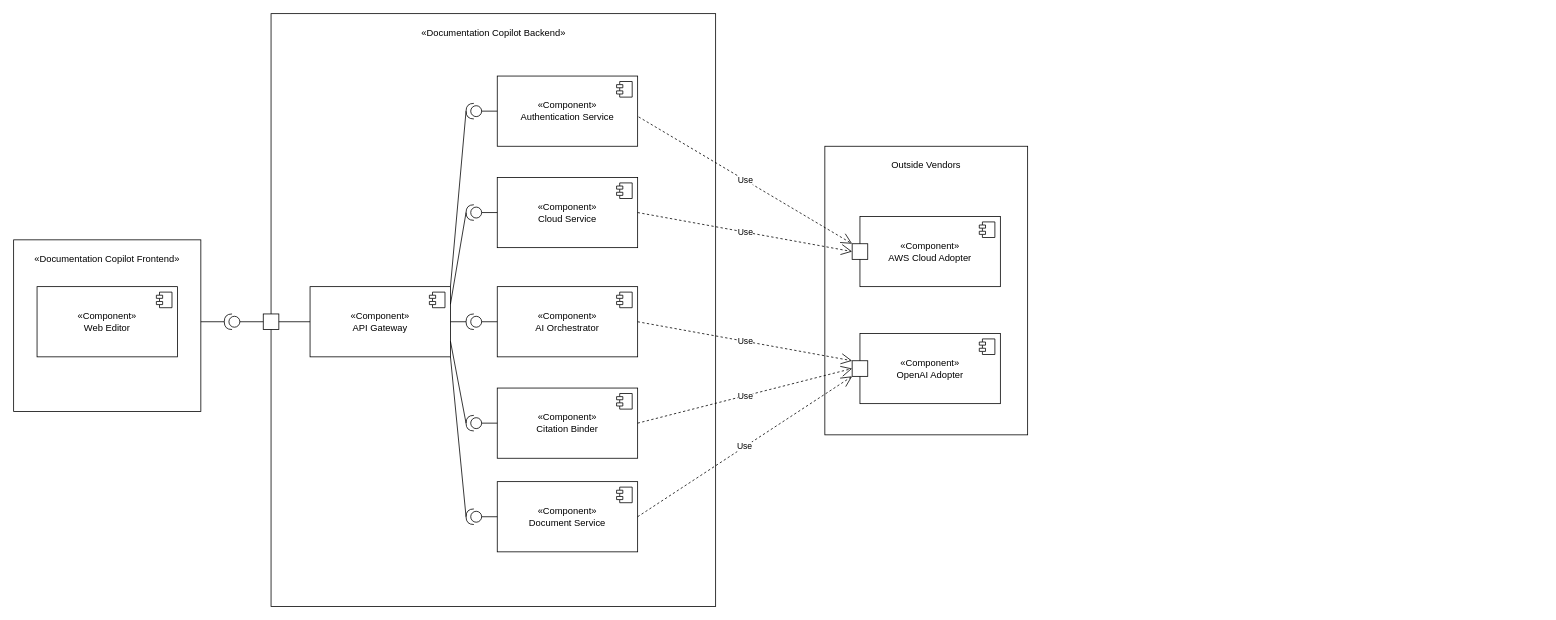
Above: UMLs/DC_LogicalView_ComponentUML.drawio in AndyC00/Diagrams (draw.io), before the change. Source tidied: cells renumbered, new cells numbered last; positions are measured from the earlier drawing's top-left corner, leaving out a move shared by most shapes. Both pictures are drawn from the tidied source at 78%, with x=0, y=0 at pixel (13, 13).
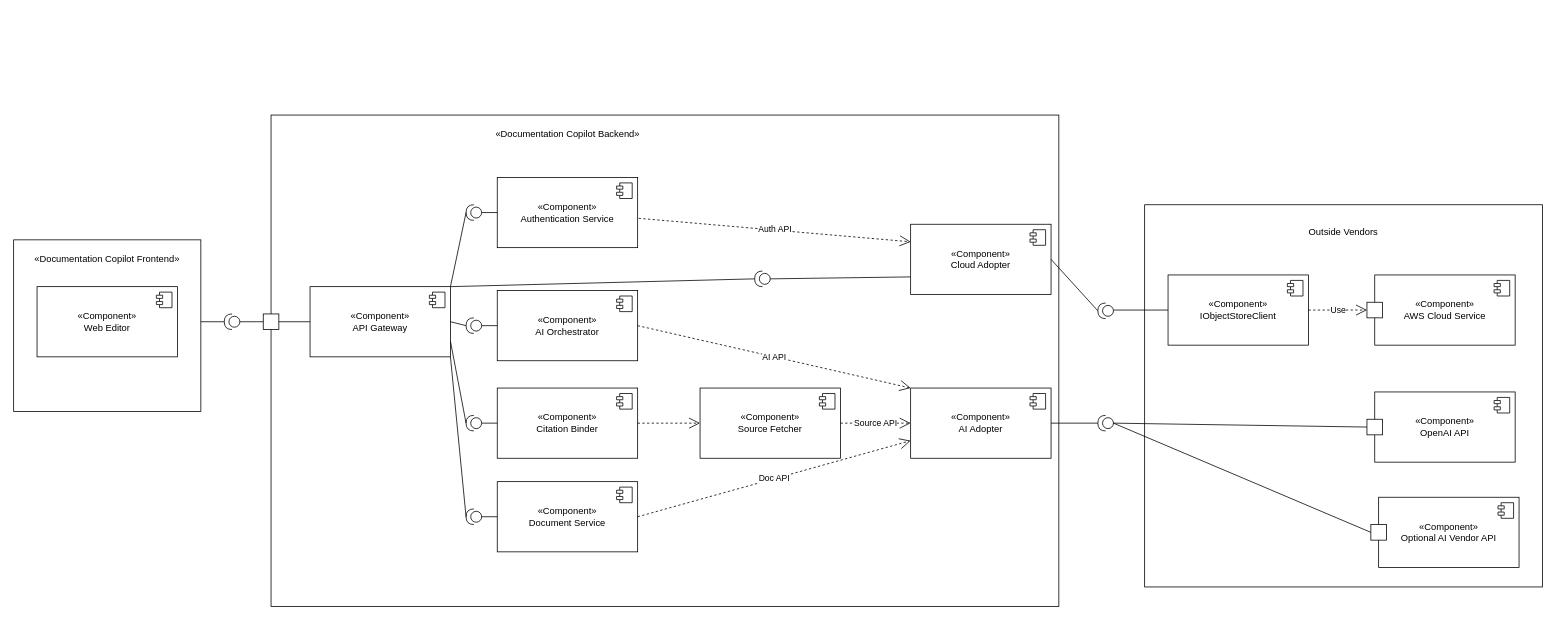
The same diagram, later.

Unchanged cells that the change refers to:
```xml
<mxCell id="6" value="«Component»&lt;br&gt;Document Service" style="html=1;whiteSpace=wrap;" parent="1" vertex="1">
  <mxGeometry x="620" y="600" width="180" height="90" as="geometry" />
</mxCell>
<mxCell id="14" value="«Component»&lt;br&gt;Citation Binder" style="html=1;whiteSpace=wrap;" parent="1" vertex="1">
  <mxGeometry x="620" y="480" width="180" height="90" as="geometry" />
</mxCell>
<mxCell id="16" value="«Component»&lt;br&gt;API Gateway" style="html=1;whiteSpace=wrap;" parent="1" vertex="1">
  <mxGeometry x="380" y="350" width="180" height="90" as="geometry" />
</mxCell>
<mxCell id="25" style="group;" parent="22" vertex="1">
  <mxGeometry x="35" y="240" width="190" height="90" as="geometry" />
</mxCell>
<mxCell id="28" style="whiteSpace=wrap;html=1;" parent="25" vertex="1">
  <mxGeometry y="35" width="20" height="20" as="geometry" />
</mxCell>
<mxCell id="29" style="group;" parent="22" vertex="1">
  <mxGeometry x="35" y="90" width="190" height="90" as="geometry" />
</mxCell>
<mxCell id="32" style="whiteSpace=wrap;html=1;" parent="29" vertex="1">
  <mxGeometry y="35" width="20" height="20" as="geometry" />
</mxCell>
```

Change to the diagram source:
```diff
@@
     <mxCell id="3" style="rounded=0;whiteSpace=wrap;html=1;" parent="1" vertex="1">
-      <mxGeometry x="330" width="570" height="760" as="geometry" />
+      <mxGeometry x="330" y="130" width="1010" height="630" as="geometry" />
     </mxCell>
     <mxCell id="4" value="«Component»&lt;br&gt;Authentication&lt;span style=&quot;background-color: transparent; color: light-dark(rgb(0, 0, 0), rgb(255, 255, 255));&quot;&gt;&amp;nbsp;Service&lt;/span&gt;" style="html=1;whiteSpace=wrap;" parent="1" vertex="1">
-      <mxGeometry x="620" y="80" width="180" height="90" as="geometry" />
+      <mxGeometry x="620" y="210" width="180" height="90" as="geometry" />
     </mxCell>
@@
-    <mxCell id="10" value="«Component»&lt;br&gt;Cloud Service" style="html=1;whiteSpace=wrap;" parent="1" vertex="1">
-      <mxGeometry x="620" y="210" width="180" height="90" as="geometry" />
-    </mxCell>
-    <mxCell id="11" style="shape=module;jettyWidth=8;jettyHeight=4;" parent="10" vertex="1">
-      <mxGeometry x="1" width="20" height="20" relative="1" as="geometry">
-        <mxPoint x="-27" y="7" as="offset" />
-      </mxGeometry>
-    </mxCell>
     <mxCell id="12" value="«Component»&lt;br&gt;AI Orchestrator" style="html=1;whiteSpace=wrap;" parent="1" vertex="1">
-      <mxGeometry x="620" y="350" width="180" height="90" as="geometry" />
+      <mxGeometry x="620" y="355" width="180" height="90" as="geometry" />
     </mxCell>
@@
     <mxCell id="19" value="«Documentation Copilot Backend»" style="text;html=1;align=center;verticalAlign=middle;whiteSpace=wrap;rounded=0;" parent="1" vertex="1">
-      <mxGeometry x="517.5" y="10" width="195" height="30" as="geometry" />
+      <mxGeometry x="612.5" y="140" width="195" height="30" as="geometry" />
     </mxCell>
@@
     <mxCell id="22" style="group;" parent="1" vertex="1">
-      <mxGeometry x="1040" y="170" width="260" height="370" as="geometry" />
+      <mxGeometry x="1700" y="245" width="260" height="490" as="geometry" />
     </mxCell>
     <mxCell id="23" style="rounded=0;whiteSpace=wrap;html=1;" parent="22" vertex="1">
-      <mxGeometry width="260" height="370" as="geometry" />
+      <mxGeometry x="-250" width="510" height="490" as="geometry" />
     </mxCell>
     <mxCell id="24" value="Outside Vendors" style="text;html=1;align=center;verticalAlign=middle;whiteSpace=wrap;rounded=0;" parent="22" vertex="1">
-      <mxGeometry x="80" y="10" width="100" height="30" as="geometry" />
+      <mxGeometry x="-45" y="20" width="100" height="30" as="geometry" />
     </mxCell>
@@
-    <mxCell id="26" value="«Component»&lt;br&gt;OpenAI Adopter" style="html=1;whiteSpace=wrap;" parent="25" vertex="1">
+    <mxCell id="26" value="«Component»&lt;br&gt;OpenAI API" style="html=1;whiteSpace=wrap;" parent="25" vertex="1">
       <mxGeometry x="10" width="180" height="90" as="geometry" />
     </mxCell>
@@
-    <mxCell id="30" value="«Component»&lt;br&gt;AWS Cloud Adopter" style="html=1;whiteSpace=wrap;" parent="29" vertex="1">
+    <mxCell id="30" value="«Component»&lt;br&gt;AWS Cloud Service" style="html=1;whiteSpace=wrap;" parent="29" vertex="1">
       <mxGeometry x="10" width="180" height="90" as="geometry" />
     </mxCell>
@@
+    <mxCell id="10" value="«Component»&lt;br&gt;IObjectStoreClient" style="html=1;whiteSpace=wrap;" parent="22" vertex="1">
+      <mxGeometry x="-220" y="90" width="180" height="90" as="geometry" />
+    </mxCell>
+    <mxCell id="11" style="shape=module;jettyWidth=8;jettyHeight=4;" parent="10" vertex="1">
+      <mxGeometry x="1" width="20" height="20" relative="1" as="geometry">
+        <mxPoint x="-27" y="7" as="offset" />
+      </mxGeometry>
+    </mxCell>
+    <mxCell id="54" value="Use" style="endArrow=open;endSize=12;dashed=1;html=1;rounded=0;exitX=1;exitY=0.5;exitDx=0;exitDy=0;entryX=0;entryY=0.5;entryDx=0;entryDy=0;" parent="22" edge="1" source="10" target="32">
+      <mxGeometry relative="1" as="geometry" />
+    </mxCell>
+    <mxCell id="58" style="group;" parent="22" vertex="1">
+      <mxGeometry x="40" y="375" width="190" height="90" as="geometry" />
+    </mxCell>
+    <mxCell id="59" value="«Component»&lt;br&gt;Optional AI Vendor API" style="html=1;whiteSpace=wrap;" parent="58" vertex="1">
+      <mxGeometry x="10" width="180" height="90" as="geometry" />
+    </mxCell>
+    <mxCell id="60" style="shape=module;jettyWidth=8;jettyHeight=4;" parent="59" vertex="1">
+      <mxGeometry x="1" width="20" height="20" relative="1" as="geometry">
+        <mxPoint x="-27" y="7" as="offset" />
+      </mxGeometry>
+    </mxCell>
+    <mxCell id="61" style="whiteSpace=wrap;html=1;" parent="58" vertex="1">
+      <mxGeometry y="35" width="20" height="20" as="geometry" />
+    </mxCell>
@@
     <mxCell id="37" style="group;" parent="1" vertex="1">
-      <mxGeometry x="580" y="115" width="20" height="20" as="geometry" />
+      <mxGeometry x="580" y="245" width="20" height="20" as="geometry" />
     </mxCell>
@@
-    <mxCell id="41" style="endArrow=none;html=1;rounded=0;entryX=1;entryY=0.5;entryDx=0;entryDy=0;entryPerimeter=0;exitX=1;exitY=0.25;exitDx=0;exitDy=0;" parent="1" edge="1" source="16" target="42">
+    <mxCell id="41" style="endArrow=none;html=1;rounded=0;entryX=1;entryY=0.5;entryDx=0;entryDy=0;entryPerimeter=0;exitX=1;exitY=0;exitDx=0;exitDy=0;" parent="1" edge="1" source="16" target="42">
       <mxGeometry relative="1" as="geometry" />
     </mxCell>
     <mxCell id="42" style="shape=providedRequiredInterface;html=1;verticalLabelPosition=bottom;sketch=0;rotation=-180;" parent="1" vertex="1">
-      <mxGeometry x="580" y="245" width="20" height="20" as="geometry" />
+      <mxGeometry x="950" y="330" width="20" height="20" as="geometry" />
     </mxCell>
-    <mxCell id="43" style="endArrow=none;html=1;rounded=0;exitX=0;exitY=0.5;exitDx=0;exitDy=0;exitPerimeter=0;entryX=0;entryY=0.5;entryDx=0;entryDy=0;" parent="1" edge="1" source="42" target="10">
+    <mxCell id="43" style="endArrow=none;html=1;rounded=0;exitX=0;exitY=0.5;exitDx=0;exitDy=0;exitPerimeter=0;entryX=0;entryY=0.75;entryDx=0;entryDy=0;" parent="1" edge="1" source="42" target="67">
       <mxGeometry relative="1" as="geometry" />
     </mxCell>
     <mxCell id="44" style="shape=providedRequiredInterface;html=1;verticalLabelPosition=bottom;sketch=0;rotation=-180;" parent="1" vertex="1">
-      <mxGeometry x="580" y="385" width="20" height="20" as="geometry" />
+      <mxGeometry x="580" y="390" width="20" height="20" as="geometry" />
     </mxCell>
@@
-    <mxCell id="53" value="Use" style="endArrow=open;endSize=12;dashed=1;html=1;rounded=0;exitX=1.007;exitY=0.582;exitDx=0;exitDy=0;exitPerimeter=0;entryX=0;entryY=0;entryDx=0;entryDy=0;" parent="1" edge="1" source="4" target="32">
+    <mxCell id="53" value="Auth API" style="endArrow=open;endSize=12;dashed=1;html=1;rounded=0;exitX=1.007;exitY=0.582;exitDx=0;exitDy=0;exitPerimeter=0;entryX=0;entryY=0.25;entryDx=0;entryDy=0;" parent="1" edge="1" source="4" target="67">
       <mxGeometry relative="1" as="geometry" />
     </mxCell>
-    <mxCell id="54" value="Use" style="endArrow=open;endSize=12;dashed=1;html=1;rounded=0;exitX=1;exitY=0.5;exitDx=0;exitDy=0;entryX=0;entryY=0.5;entryDx=0;entryDy=0;" parent="1" edge="1" source="10" target="32">
-      <mxGeometry relative="1" as="geometry" />
-    </mxCell>
-    <mxCell id="55" value="Use" style="endArrow=open;endSize=12;dashed=1;html=1;rounded=0;exitX=1;exitY=0.5;exitDx=0;exitDy=0;entryX=0;entryY=0;entryDx=0;entryDy=0;" parent="1" edge="1" source="12" target="28">
+    <mxCell id="55" value="AI API" style="endArrow=open;endSize=12;dashed=1;html=1;rounded=0;exitX=1;exitY=0.5;exitDx=0;exitDy=0;entryX=0;entryY=0;entryDx=0;entryDy=0;" parent="1" edge="1" source="12" target="65">
       <mxGeometry relative="1" as="geometry" />
     </mxCell>
-    <mxCell id="56" value="Use" style="endArrow=open;endSize=12;dashed=1;html=1;rounded=0;exitX=1;exitY=0.5;exitDx=0;exitDy=0;entryX=0;entryY=0.5;entryDx=0;entryDy=0;" parent="1" edge="1" source="14" target="28">
+    <mxCell id="56" value="Source API" style="endArrow=open;endSize=12;dashed=1;html=1;rounded=0;exitX=1;exitY=0.5;exitDx=0;exitDy=0;entryX=0;entryY=0.5;entryDx=0;entryDy=0;" parent="1" edge="1" source="63" target="65">
       <mxGeometry relative="1" as="geometry" />
     </mxCell>
-    <mxCell id="57" value="Use" style="endArrow=open;endSize=12;dashed=1;html=1;rounded=0;exitX=1;exitY=0.5;exitDx=0;exitDy=0;entryX=0;entryY=1;entryDx=0;entryDy=0;" parent="1" edge="1" source="6" target="28">
+    <mxCell id="57" value="Doc API" style="endArrow=open;endSize=12;dashed=1;html=1;rounded=0;exitX=1;exitY=0.5;exitDx=0;exitDy=0;entryX=0;entryY=0.75;entryDx=0;entryDy=0;" parent="1" edge="1" source="6" target="65">
       <mxGeometry relative="1" as="geometry" />
     </mxCell>
+    <mxCell id="62" style="endArrow=open;endSize=12;dashed=1;html=1;rounded=0;exitX=1;exitY=0.5;exitDx=0;exitDy=0;entryX=0;entryY=0.5;entryDx=0;entryDy=0;" parent="1" edge="1" source="14" target="63">
+      <mxGeometry relative="1" as="geometry" />
+    </mxCell>
+    <mxCell id="63" value="«Component»&lt;br&gt;Source Fetcher" style="html=1;whiteSpace=wrap;" parent="1" vertex="1">
+      <mxGeometry x="880" y="480" width="180" height="90" as="geometry" />
+    </mxCell>
+    <mxCell id="64" style="shape=module;jettyWidth=8;jettyHeight=4;" parent="63" vertex="1">
+      <mxGeometry x="1" width="20" height="20" relative="1" as="geometry">
+        <mxPoint x="-27" y="7" as="offset" />
+      </mxGeometry>
+    </mxCell>
+    <mxCell id="65" value="«Component»&lt;br&gt;AI Adopter" style="html=1;whiteSpace=wrap;" parent="1" vertex="1">
+      <mxGeometry x="1150" y="480" width="180" height="90" as="geometry" />
+    </mxCell>
+    <mxCell id="66" style="shape=module;jettyWidth=8;jettyHeight=4;" parent="65" vertex="1">
+      <mxGeometry x="1" width="20" height="20" relative="1" as="geometry">
+        <mxPoint x="-27" y="7" as="offset" />
+      </mxGeometry>
+    </mxCell>
+    <mxCell id="67" value="«Component»&lt;br&gt;Cloud Adopter" style="html=1;whiteSpace=wrap;" parent="1" vertex="1">
+      <mxGeometry x="1150" y="270" width="180" height="90" as="geometry" />
+    </mxCell>
+    <mxCell id="68" style="shape=module;jettyWidth=8;jettyHeight=4;" parent="67" vertex="1">
+      <mxGeometry x="1" width="20" height="20" relative="1" as="geometry">
+        <mxPoint x="-27" y="7" as="offset" />
+      </mxGeometry>
+    </mxCell>
+    <mxCell id="69" style="shape=providedRequiredInterface;html=1;verticalLabelPosition=bottom;sketch=0;rotation=-180;" parent="1" vertex="1">
+      <mxGeometry x="1390" y="515" width="20" height="20" as="geometry" />
+    </mxCell>
+    <mxCell id="70" style="endArrow=none;html=1;rounded=0;exitX=1;exitY=0.5;exitDx=0;exitDy=0;entryX=1;entryY=0.5;entryDx=0;entryDy=0;entryPerimeter=0;" parent="1" edge="1" source="65" target="69">
+      <mxGeometry relative="1" as="geometry" />
+    </mxCell>
+    <mxCell id="71" style="endArrow=none;html=1;rounded=0;entryX=0;entryY=0.5;entryDx=0;entryDy=0;exitX=0;exitY=0.5;exitDx=0;exitDy=0;exitPerimeter=0;" parent="1" edge="1" source="69" target="28">
+      <mxGeometry relative="1" as="geometry" />
+    </mxCell>
+    <mxCell id="72" style="endArrow=none;html=1;rounded=0;entryX=0;entryY=0.5;entryDx=0;entryDy=0;exitX=0;exitY=0.5;exitDx=0;exitDy=0;exitPerimeter=0;" parent="1" edge="1" source="69" target="61">
+      <mxGeometry relative="1" as="geometry" />
+    </mxCell>
+    <mxCell id="73" style="shape=providedRequiredInterface;html=1;verticalLabelPosition=bottom;sketch=0;rotation=-180;" parent="1" vertex="1">
+      <mxGeometry x="1390" y="371" width="20" height="20" as="geometry" />
+    </mxCell>
+    <mxCell id="74" style="endArrow=none;html=1;rounded=0;entryX=0;entryY=0.5;entryDx=0;entryDy=0;" parent="1" edge="1" target="10">
+      <mxGeometry relative="1" as="geometry">
+        <mxPoint x="1410" y="380" as="sourcePoint" />
+      </mxGeometry>
+    </mxCell>
+    <mxCell id="75" style="endArrow=none;html=1;rounded=0;entryX=1;entryY=0.5;entryDx=0;entryDy=0;exitX=1;exitY=0.5;exitDx=0;exitDy=0;exitPerimeter=0;" parent="1" edge="1" source="73" target="67">
+      <mxGeometry relative="1" as="geometry" />
+    </mxCell>
```
